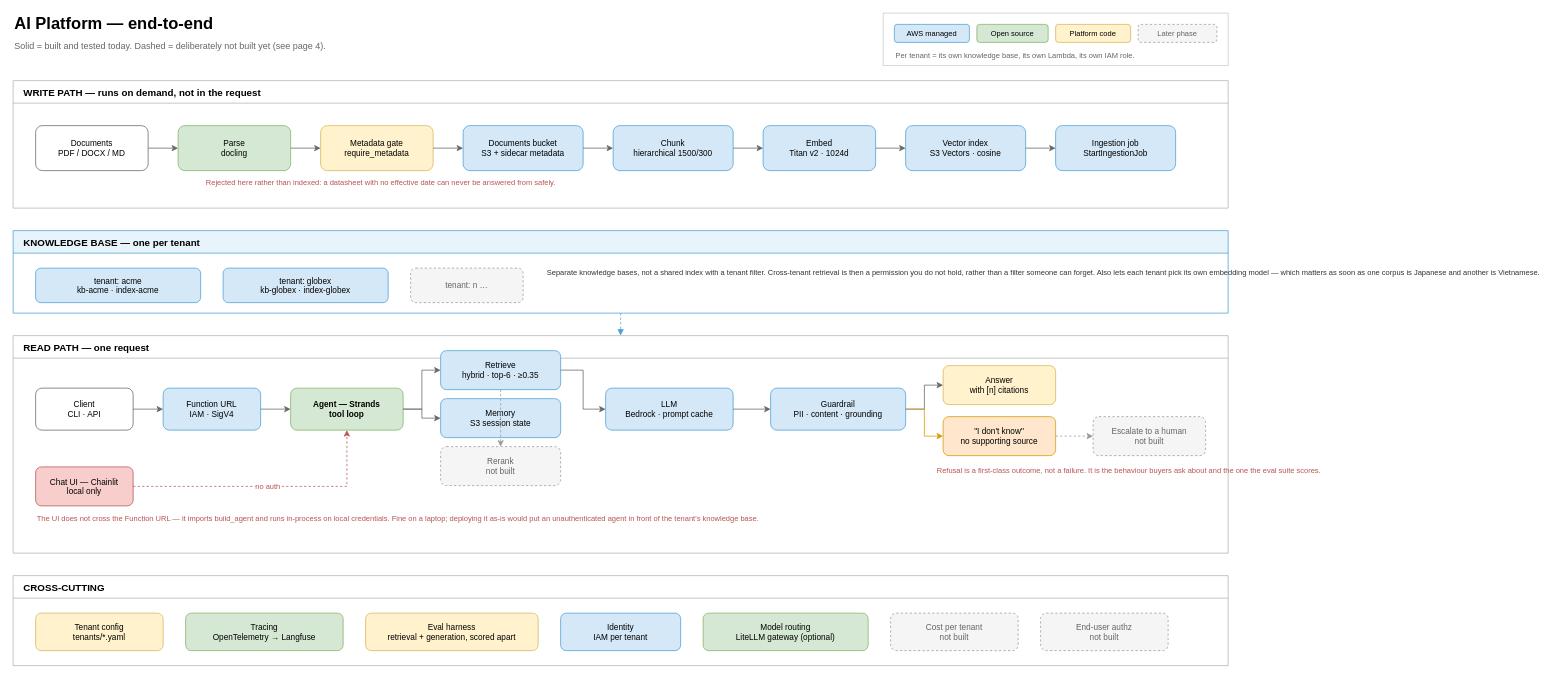
This is page "1. End-to-end" (1 of 4) of docs/architecture.drawio from gnutvz/AWS-GenAI-Platform, a draw.io file, before an edit. Source tidied: cells renumbered, new cells numbered last; positions are measured from the earlier drawing's top-left corner, leaving out a move shared by most shapes. Both pictures are drawn from the tidied source at 75%, with x=0, y=0 at pixel (13, 13).
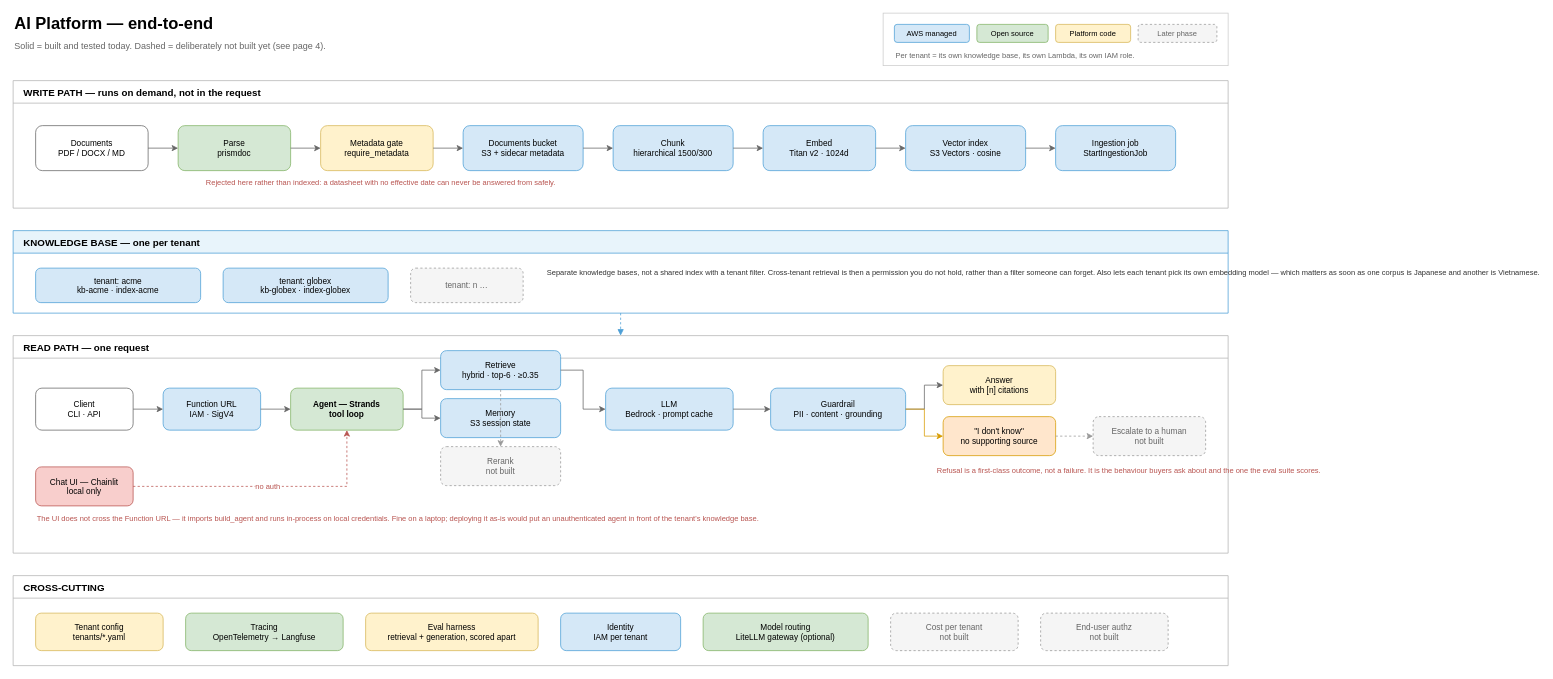
The same page after the edit.

Unchanged cells that the change refers to:
```xml
<mxCell id="10" value="WRITE PATH — runs on demand, not in the request" style="swimlane;startSize=30;fillColor=none;strokeColor=#B3B3B3;fontSize=13;fontStyle=1;align=left;spacingLeft=12;" parent="1" vertex="1">
  <mxGeometry y="90" width="1620" height="170" as="geometry" />
</mxCell>
```

The edit, as a diff of the source:
```diff
@@
-    <mxCell id="12" value="Parse&#10;docling" style="rounded=1;fillColor=#D5E8D4;strokeColor=#82B366;fontSize=11;" parent="10" vertex="1">
+    <mxCell id="12" value="Parse&#10;prismdoc" style="rounded=1;fillColor=#D5E8D4;strokeColor=#82B366;fontSize=11;" parent="10" vertex="1">
       <mxGeometry x="220" y="60" width="150" height="60" as="geometry" />
     </mxCell>
```
